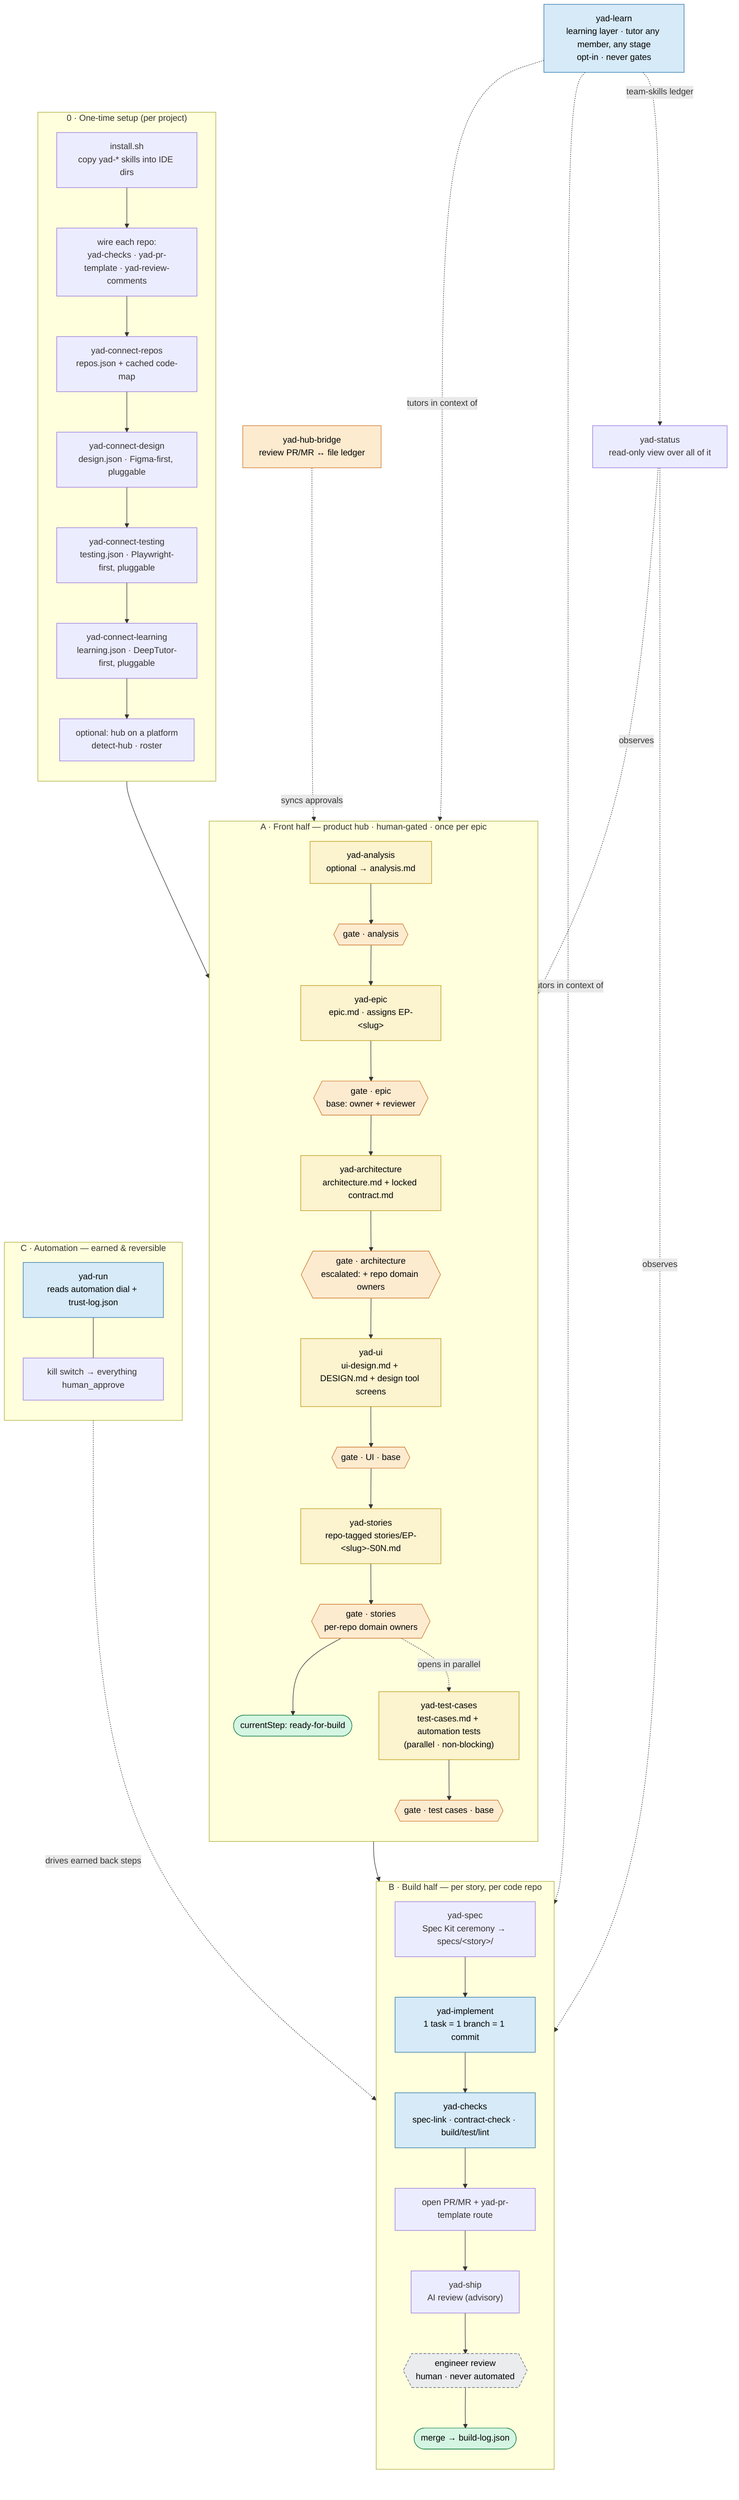
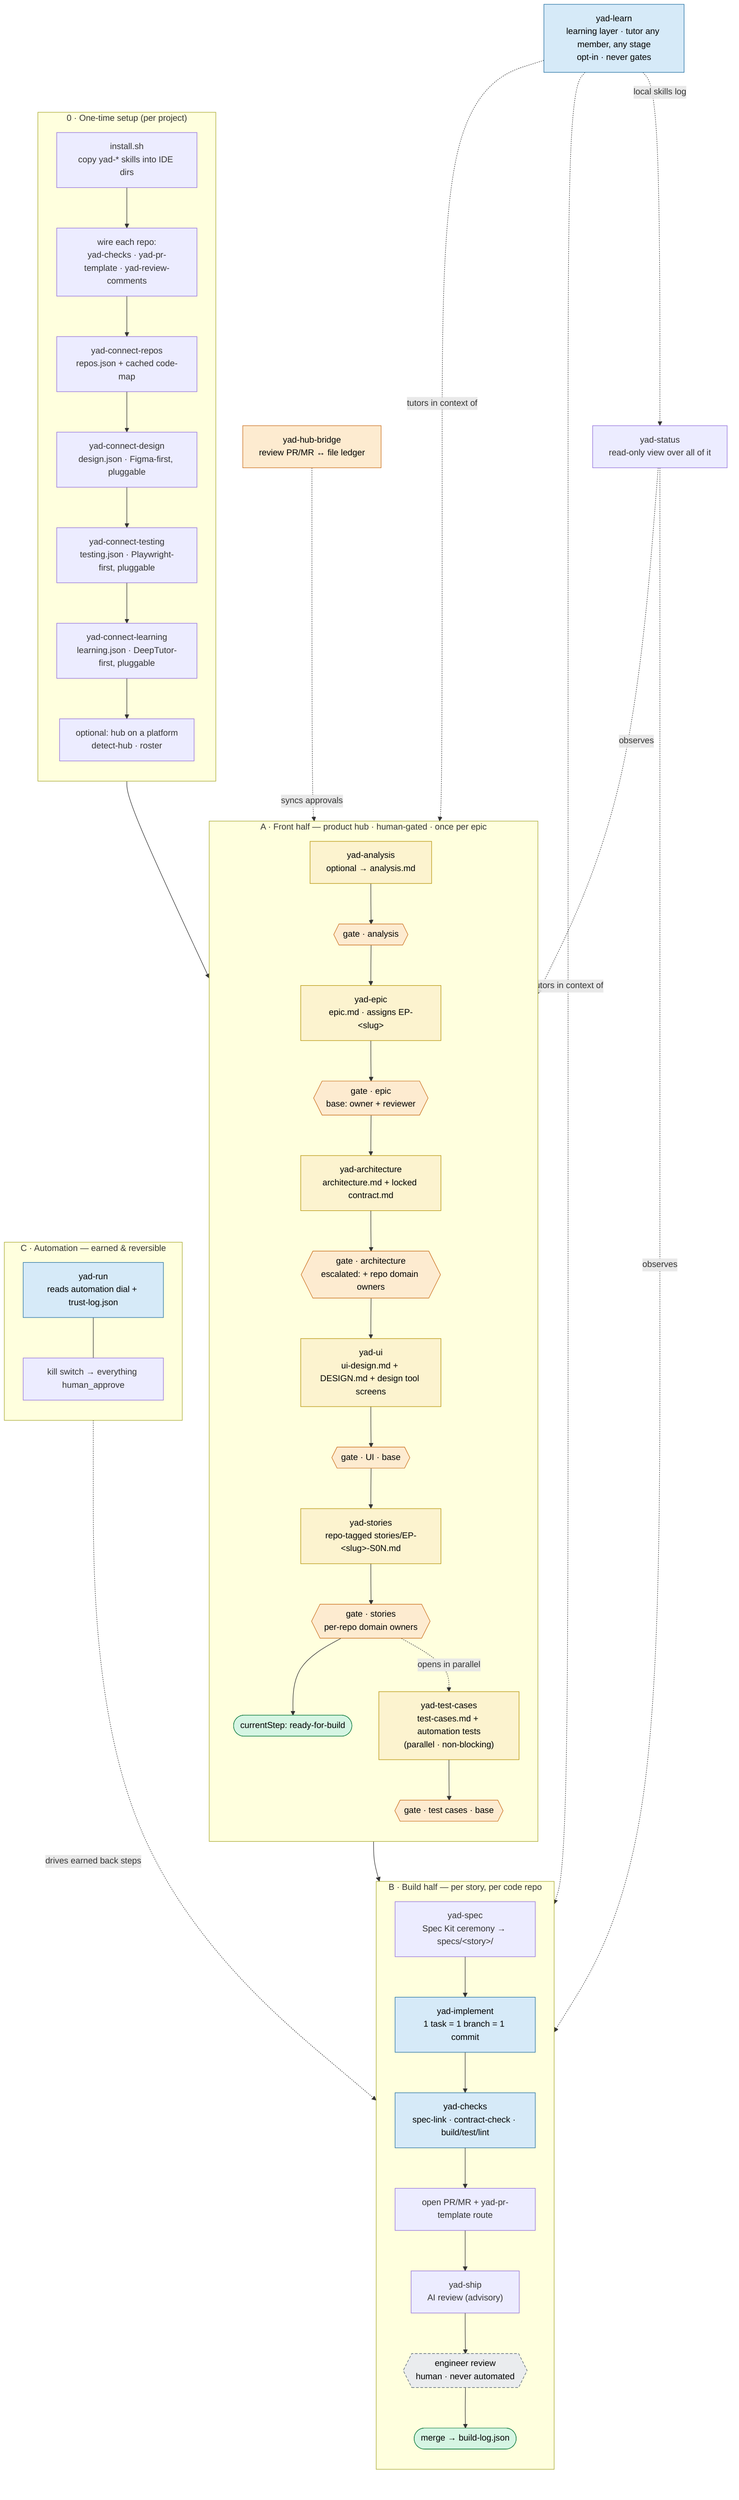
flowchart TD
    classDef gated fill:#fdebd0,stroke:#ca6f1e,color:#000
    classDef earns fill:#d6eaf8,stroke:#2471a3,color:#000
    classDef locked fill:#eaecee,stroke:#566573,color:#000,stroke-dasharray:5 3
    classDef artifact fill:#fcf3cf,stroke:#b7950b,color:#000
    classDef sentinel fill:#d5f5e3,stroke:#1e8449,color:#000

    subgraph SETUP["0 · One-time setup (per project)"]
      direction TB
      inst["install.sh<br/>copy yad-* skills into IDE dirs"]
      wire["wire each repo:<br/>yad-checks · yad-pr-template · yad-review-comments"]
      conn["yad-connect-repos<br/>repos.json + cached code-map"]
      cdes["yad-connect-design<br/>design.json · Figma-first, pluggable"]
      ctest["yad-connect-testing<br/>testing.json · Playwright-first, pluggable"]
      clearn["yad-connect-learning<br/>learning.json · DeepTutor-first, pluggable"]
      phub["optional: hub on a platform<br/>detect-hub · roster"]
      inst --> wire --> conn --> cdes --> ctest --> clearn --> phub
    end

    subgraph FRONT["A · Front half — product hub · human-gated · once per epic"]
      direction TB
      an["yad-analysis<br/>optional → analysis.md"]:::artifact
      ep["yad-epic<br/>epic.md · assigns EP-&lt;slug&gt;"]:::artifact
      ar["yad-architecture<br/>architecture.md + locked contract.md"]:::artifact
      ui["yad-ui<br/>ui-design.md + DESIGN.md + design tool screens"]:::artifact
      st["yad-stories<br/>repo-tagged stories/EP-&lt;slug&gt;-S0N.md"]:::artifact
      tc["yad-test-cases<br/>test-cases.md + automation tests<br/>(parallel · non-blocking)"]:::artifact
      gAn{{"gate · analysis"}}:::gated
      gEp{{"gate · epic<br/>base: owner + reviewer"}}:::gated
      gAr{{"gate · architecture<br/>escalated: + repo domain owners"}}:::gated
      gUi{{"gate · UI · base"}}:::gated
      gSt{{"gate · stories<br/>per-repo domain owners"}}:::gated
      gTc{{"gate · test cases · base"}}:::gated
      rfb(["currentStep: ready-for-build"]):::sentinel
      an --> gAn --> ep --> gEp --> ar --> gAr --> ui --> gUi --> st --> gSt --> rfb
      gSt -. opens in parallel .-> tc --> gTc
    end

    subgraph BUILD["B · Build half — per story, per code repo"]
      direction TB
      sp["yad-spec<br/>Spec Kit ceremony → specs/&lt;story&gt;/"]
      im["yad-implement<br/>1 task = 1 branch = 1 commit"]:::earns
      ck["yad-checks<br/>spec-link · contract-check · build/test/lint"]:::earns
      prm["open PR/MR + yad-pr-template route"]
      shp["yad-ship<br/>AI review (advisory)"]
      eng{{"engineer review<br/>human · never automated"}}:::locked
      merged(["merge → build-log.json"]):::sentinel
      sp --> im --> ck --> prm --> shp --> eng --> merged
    end

    subgraph AUTO["C · Automation — earned & reversible"]
      direction TB
      run["yad-run<br/>reads automation dial + trust-log.json"]:::earns
      kill["kill switch → everything human_approve"]
      run --- kill
    end

    phub --> an
    rfb --> sp
    run -. drives earned back steps .-> im
    bridge["yad-hub-bridge<br/>review PR/MR ↔ file ledger"]:::gated
    bridge -. syncs approvals .-> gEp
    status["yad-status<br/>read-only view over all of it"]
    status -. observes .-> FRONT
    status -. observes .-> BUILD
    learn["yad-learn<br/>learning layer · tutor any member, any stage<br/>opt-in · never gates"]:::earns
    learn -. tutors in context of .-> FRONT
    learn -. tutors in context of .-> BUILD
-     learn -. team-skills ledger .-> status
+     learn -. local skills log .-> status
